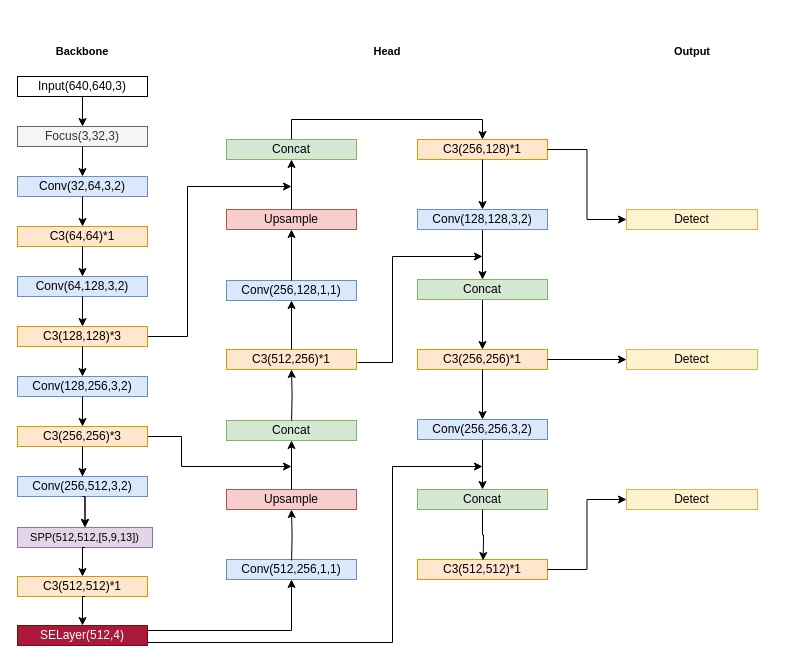
Above: data/vec_files/YOLOV5+SE.drawio in duoduodanmohen/opencv (draw.io), before the change. Source tidied: cells renumbered, new cells numbered last; positions are measured from the earlier drawing's top-left corner, leaving out a move shared by most shapes. Both pictures are drawn from the tidied source at 100%, with x=0, y=0 at pixel (17, 17).
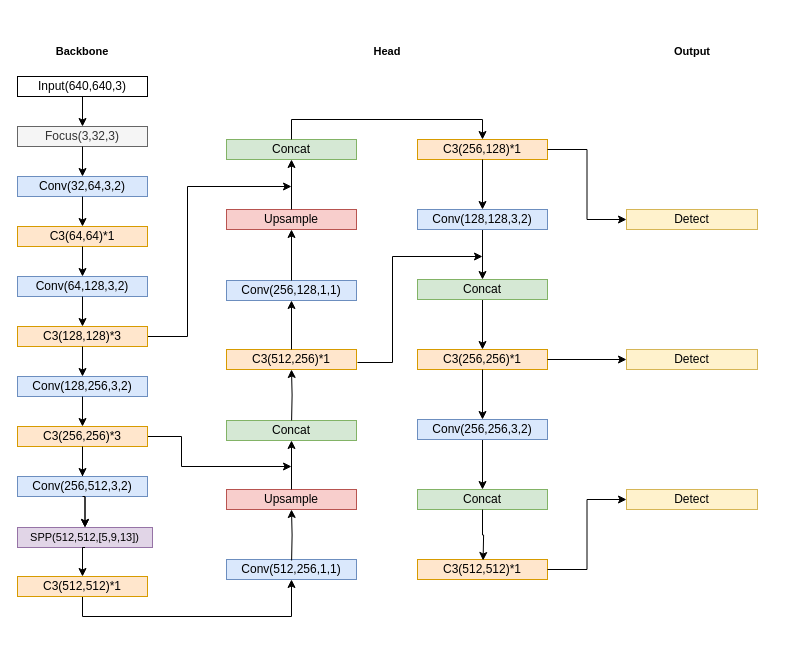
After the change.

Unchanged cells that the change refers to:
```xml
<mxCell id="2" style="group;" parent="1" vertex="1">
  <mxGeometry width="769" height="579" as="geometry" />
</mxCell>
<mxCell id="4" value="Conv(512,256,1,1)" style="rounded=0;whiteSpace=wrap;html=1;fillColor=#dae8fc;strokeColor=#6c8ebf;" parent="3" vertex="1">
  <mxGeometry y="420" width="130" height="20" as="geometry" />
</mxCell>
<mxCell id="62" value="C3(512,512)*1" style="rounded=0;whiteSpace=wrap;html=1;fillColor=#ffe6cc;strokeColor=#d79b00;" parent="2" vertex="1">
  <mxGeometry y="559" width="130" height="20" as="geometry" />
</mxCell>
```

The edit, as a diff of the source:
```diff
@@
-    <mxCell id="38" style="edgeStyle=orthogonalEdgeStyle;rounded=0;jettySize=auto;html=1;fontSize=11;exitX=1;exitY=0.5;exitDx=0;exitDy=0;" parent="2" edge="1" source="69">
-      <mxGeometry relative="1" as="geometry">
-        <mxPoint x="465" y="449" as="targetPoint" />
-        <Array as="points">
-          <mxPoint x="130" y="625" />
-          <mxPoint x="375" y="625" />
-          <mxPoint x="375" y="449" />
-        </Array>
-      </mxGeometry>
-    </mxCell>
@@
+    <mxCell id="71" style="edgeStyle=orthogonalEdgeStyle;rounded=0;jettySize=auto;html=1;exitX=0.5;exitY=1;exitDx=0;exitDy=0;entryX=0.5;entryY=1;entryDx=0;entryDy=0;" parent="2" edge="1" source="62" target="4">
+      <mxGeometry relative="1" as="geometry" />
+    </mxCell>
@@
-    <mxCell id="68" style="edgeStyle=orthogonalEdgeStyle;rounded=0;jettySize=auto;html=1;exitX=1;exitY=0.25;exitDx=0;exitDy=0;entryX=0.5;entryY=1;entryDx=0;entryDy=0;" parent="1" edge="1" source="69" target="4">
-      <mxGeometry relative="1" as="geometry" />
-    </mxCell>
-    <mxCell id="69" value="SELayer(512,4)" style="rounded=0;whiteSpace=wrap;html=1;fillColor=#a20025;strokeColor=#6F0000;fontColor=#ffffff;opacity=90;" parent="1" vertex="1">
-      <mxGeometry y="608" width="130" height="20" as="geometry" />
-    </mxCell>
-    <mxCell id="70" style="edgeStyle=orthogonalEdgeStyle;rounded=0;orthogonalLoop=1;jettySize=auto;html=1;exitX=0.5;exitY=1;exitDx=0;exitDy=0;entryX=0.5;entryY=0;entryDx=0;entryDy=0;fontSize=11;" parent="1" edge="1">
-      <mxGeometry relative="1" as="geometry">
-        <mxPoint x="67.5" y="579" as="sourcePoint" />
-        <mxPoint x="65" y="608" as="targetPoint" />
-      </mxGeometry>
-    </mxCell>
```
